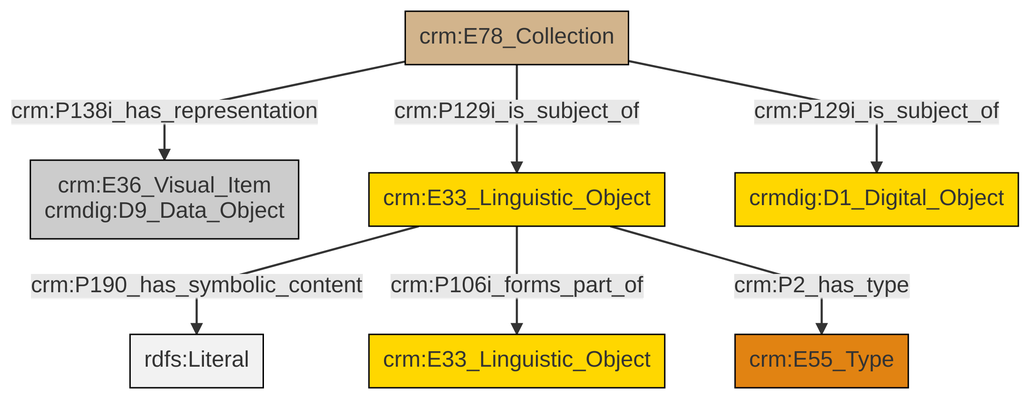
Earlier version of the Mermaid export et/archivalCSV/ttl/mmd/png/archival_docs.png (swiss-art-research-net/docs.swissartresearch). Its source is kept beside it as et/archivalCSV/ttl/mmd/archival_docs.ttl.mmd.
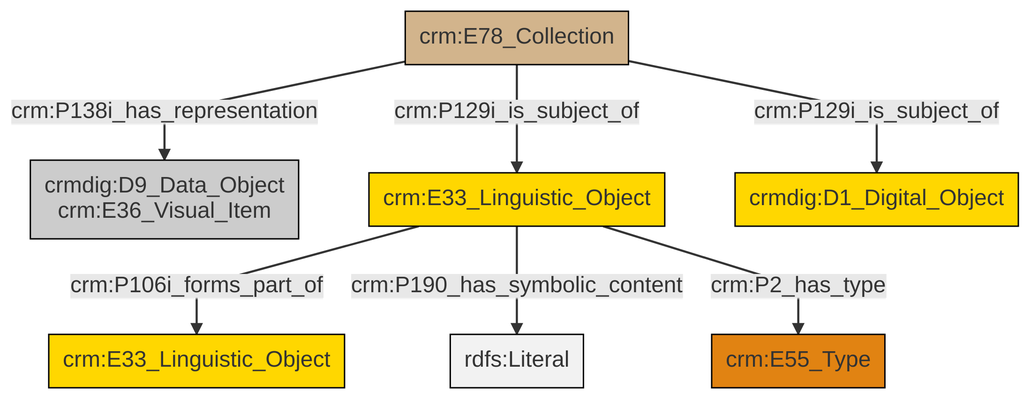
After the commit.

The edit, as a diff of the source:
```diff
@@ -13,9 +13,9 @@
 classDef PC_Classes fill:#4ce600, stroke:#000000;
 classDef Multi fill:#cccccc,stroke:#000000;
 
-2["crm:E78_Collection"]:::Physical_Thing -->|crm:P138i_has_representation| 0["crm:E36_Visual_Item<br>crmdig:D9_Data_Object"]:::Multi
-3["crm:E33_Linguistic_Object"]:::Conceptual_Object -->|crm:P190_has_symbolic_content| 10[rdfs:Literal]:::Literal
-2["crm:E78_Collection"]:::Physical_Thing -->|crm:P129i_is_subject_of| 8["crmdig:D1_Digital_Object"]:::Conceptual_Object
-3["crm:E33_Linguistic_Object"]:::Conceptual_Object -->|crm:P106i_forms_part_of| 12["crm:E33_Linguistic_Object"]:::Conceptual_Object
-3["crm:E33_Linguistic_Object"]:::Conceptual_Object -->|crm:P2_has_type| 5["crm:E55_Type"]:::Type
-2["crm:E78_Collection"]:::Physical_Thing -->|crm:P129i_is_subject_of| 3["crm:E33_Linguistic_Object"]:::Conceptual_Object
+0["crm:E78_Collection"]:::Physical_Thing -->|crm:P138i_has_representation| 1["crmdig:D9_Data_Object<br>crm:E36_Visual_Item"]:::Multi
+2["crm:E33_Linguistic_Object"]:::Conceptual_Object -->|crm:P106i_forms_part_of| 3["crm:E33_Linguistic_Object"]:::Conceptual_Object
+0["crm:E78_Collection"]:::Physical_Thing -->|crm:P129i_is_subject_of| 2["crm:E33_Linguistic_Object"]:::Conceptual_Object
+2["crm:E33_Linguistic_Object"]:::Conceptual_Object -->|crm:P190_has_symbolic_content| 7[rdfs:Literal]:::Literal
+2["crm:E33_Linguistic_Object"]:::Conceptual_Object -->|crm:P2_has_type| 10["crm:E55_Type"]:::Type
+0["crm:E78_Collection"]:::Physical_Thing -->|crm:P129i_is_subject_of| 8["crmdig:D1_Digital_Object"]:::Conceptual_Object
```
